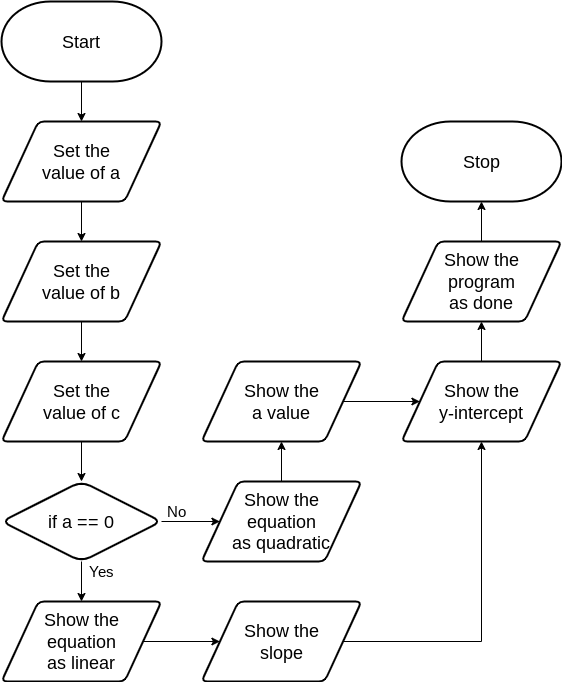
Above: design/flowchart.png in CristianoSellitto/ICS3U-Assignment3-Python (draw.io), before the change. Source tidied: cells renumbered, new cells last; positions are measured from the earlier drawing's top-left corner, leaving out a move shared by most shapes.
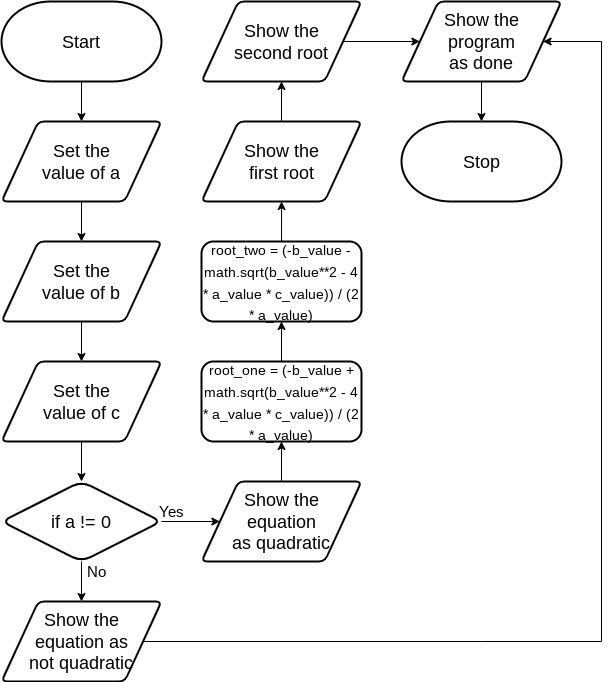
Above is the later version.

What changed in the source:
```diff
@@ -19,11 +19,11 @@
         <mxPoint x="80" y="240" as="targetPoint" />
       </mxGeometry>
     </mxCell>
-    <mxCell id="6" style="edgeStyle=none;html=1;entryX=0.5;entryY=1;entryDx=0;entryDy=0;entryPerimeter=0;fontFamily=Helvetica;fontSize=15;fontColor=default;" parent="1" edge="1" source="7" target="4">
+    <mxCell id="6" style="edgeStyle=none;html=1;entryX=0.5;entryY=0;entryDx=0;entryDy=0;entryPerimeter=0;fontSize=14;" parent="1" edge="1" source="7" target="4">
       <mxGeometry relative="1" as="geometry" />
     </mxCell>
     <mxCell id="7" value="Show the &lt;br&gt;program &lt;br&gt;as done" style="shape=parallelogram;html=1;strokeWidth=2;perimeter=parallelogramPerimeter;whiteSpace=wrap;rounded=1;arcSize=12;size=0.23;fontSize=18;" parent="1" vertex="1">
-      <mxGeometry x="400" y="240" width="160" height="80" as="geometry" />
+      <mxGeometry x="400" width="160" height="80" as="geometry" />
     </mxCell>
     <mxCell id="8" value="Set the &lt;br&gt;value of a" style="shape=parallelogram;html=1;strokeWidth=2;perimeter=parallelogramPerimeter;whiteSpace=wrap;rounded=1;arcSize=12;size=0.23;fontSize=18;" parent="1" vertex="1">
       <mxGeometry y="120" width="160" height="80" as="geometry" />
@@ -40,14 +40,14 @@
     <mxCell id="11" style="edgeStyle=none;html=1;fontSize=18;entryX=0.5;entryY=0;entryDx=0;entryDy=0;" parent="1" edge="1" source="12" target="19">
       <mxGeometry relative="1" as="geometry" />
     </mxCell>
-    <mxCell id="12" value="&lt;font style=&quot;font-size: 18px&quot;&gt;if a == 0&lt;/font&gt;" style="rhombus;whiteSpace=wrap;html=1;rounded=1;fontFamily=Helvetica;fontSize=11;fontColor=default;strokeColor=default;strokeWidth=2;fillColor=default;" parent="1" vertex="1">
+    <mxCell id="12" value="&lt;font style=&quot;font-size: 18px&quot;&gt;if a != 0&lt;/font&gt;" style="rhombus;whiteSpace=wrap;html=1;rounded=1;fontFamily=Helvetica;fontSize=11;fontColor=default;strokeColor=default;strokeWidth=2;fillColor=default;" parent="1" vertex="1">
       <mxGeometry y="480" width="160" height="80" as="geometry" />
     </mxCell>
     <mxCell id="13" value="&lt;font style=&quot;font-size: 15px&quot;&gt;Yes&lt;/font&gt;" style="text;html=1;align=center;verticalAlign=middle;strokeColor=none;fillColor=none;fontSize=8;fontFamily=Helvetica;fontColor=default;" parent="1" vertex="1">
-      <mxGeometry x="80" y="560" width="40" height="20" as="geometry" />
+      <mxGeometry x="150" y="500" width="40" height="20" as="geometry" />
     </mxCell>
     <mxCell id="14" value="No" style="text;html=1;align=center;verticalAlign=middle;strokeColor=none;fillColor=none;fontSize=15;fontFamily=Helvetica;fontColor=default;" parent="1" vertex="1">
-      <mxGeometry x="160" y="500" width="30" height="20" as="geometry" />
+      <mxGeometry x="80" y="560" width="30" height="20" as="geometry" />
     </mxCell>
     <mxCell id="15" value="Set the &lt;br&gt;value of b" style="shape=parallelogram;html=1;strokeWidth=2;perimeter=parallelogramPerimeter;whiteSpace=wrap;rounded=1;arcSize=12;size=0.23;fontSize=18;" parent="1" vertex="1">
       <mxGeometry y="240" width="160" height="80" as="geometry" />
@@ -58,39 +58,52 @@
     <mxCell id="17" value="Set the &lt;br&gt;value of c" style="shape=parallelogram;html=1;strokeWidth=2;perimeter=parallelogramPerimeter;whiteSpace=wrap;rounded=1;arcSize=12;size=0.23;fontSize=18;" parent="1" vertex="1">
       <mxGeometry y="360" width="160" height="80" as="geometry" />
     </mxCell>
-    <mxCell id="18" style="edgeStyle=none;html=1;fontSize=18;rounded=0;entryX=0;entryY=0.5;entryDx=0;entryDy=0;" parent="1" edge="1" source="19" target="23">
-      <mxGeometry relative="1" as="geometry" />
+    <mxCell id="18" style="edgeStyle=none;html=1;fontSize=18;rounded=0;entryX=1;entryY=0.5;entryDx=0;entryDy=0;" parent="1" edge="1" source="19" target="7">
+      <mxGeometry relative="1" as="geometry">
+        <Array as="points">
+          <mxPoint x="480" y="640" />
+          <mxPoint x="600" y="640" />
+          <mxPoint x="600" y="40" />
+        </Array>
+      </mxGeometry>
     </mxCell>
-    <mxCell id="19" value="&lt;span&gt;Show the &lt;br&gt;equation &lt;br&gt;as linear&lt;/span&gt;" style="shape=parallelogram;html=1;strokeWidth=2;perimeter=parallelogramPerimeter;whiteSpace=wrap;rounded=1;arcSize=12;size=0.23;fontSize=18;" parent="1" vertex="1">
+    <mxCell id="19" value="&lt;span&gt;Show the &lt;br&gt;equation as&lt;br&gt;not quadratic&lt;br&gt;&lt;/span&gt;" style="shape=parallelogram;html=1;strokeWidth=2;perimeter=parallelogramPerimeter;whiteSpace=wrap;rounded=1;arcSize=12;size=0.23;fontSize=18;" parent="1" vertex="1">
       <mxGeometry y="600" width="160" height="80" as="geometry" />
     </mxCell>
-    <mxCell id="20" style="edgeStyle=none;rounded=0;html=1;fontSize=14;" parent="1" edge="1" source="21" target="25">
-      <mxGeometry relative="1" as="geometry" />
+    <mxCell id="20" style="edgeStyle=none;rounded=0;html=1;fontSize=14;" parent="1" edge="1" source="21">
+      <mxGeometry relative="1" as="geometry">
+        <mxPoint x="280" y="440" as="targetPoint" />
+      </mxGeometry>
     </mxCell>
     <mxCell id="21" value="&lt;span&gt;Show the &lt;br&gt;equation &lt;br&gt;as quadratic&lt;/span&gt;" style="shape=parallelogram;html=1;strokeWidth=2;perimeter=parallelogramPerimeter;whiteSpace=wrap;rounded=1;arcSize=12;size=0.23;fontSize=18;" parent="1" vertex="1">
       <mxGeometry x="200" y="480" width="160" height="80" as="geometry" />
     </mxCell>
-    <mxCell id="22" style="edgeStyle=none;rounded=0;html=1;entryX=0.5;entryY=1;entryDx=0;entryDy=0;fontSize=14;" parent="1" edge="1" source="23" target="27">
-      <mxGeometry relative="1" as="geometry">
-        <Array as="points">
-          <mxPoint x="480" y="640" />
-        </Array>
-      </mxGeometry>
-    </mxCell>
-    <mxCell id="23" value="Show the &lt;br&gt;slope" style="shape=parallelogram;html=1;strokeWidth=2;perimeter=parallelogramPerimeter;whiteSpace=wrap;rounded=1;arcSize=12;size=0.23;fontSize=18;" parent="1" vertex="1">
-      <mxGeometry x="200" y="600" width="160" height="80" as="geometry" />
-    </mxCell>
-    <mxCell id="24" style="edgeStyle=none;rounded=0;html=1;entryX=0;entryY=0.5;entryDx=0;entryDy=0;fontSize=14;" parent="1" edge="1" source="25" target="27">
-      <mxGeometry relative="1" as="geometry" />
+    <mxCell id="24" style="edgeStyle=none;rounded=0;html=1;entryX=0.438;entryY=1;entryDx=0;entryDy=0;fontSize=14;entryPerimeter=0;" parent="1" edge="1">
+      <mxGeometry relative="1" as="geometry">
+        <mxPoint x="280" y="240" as="sourcePoint" />
+        <mxPoint x="280.1" y="200" as="targetPoint" />
+      </mxGeometry>
     </mxCell>
-    <mxCell id="25" value="Show the &lt;br&gt;a value" style="shape=parallelogram;html=1;strokeWidth=2;perimeter=parallelogramPerimeter;whiteSpace=wrap;rounded=1;arcSize=12;size=0.23;fontSize=18;" parent="1" vertex="1">
-      <mxGeometry x="200" y="360" width="160" height="80" as="geometry" />
-    </mxCell>
-    <mxCell id="26" style="edgeStyle=none;rounded=0;html=1;fontSize=14;" parent="1" edge="1" source="27" target="7">
-      <mxGeometry relative="1" as="geometry" />
-    </mxCell>
-    <mxCell id="27" value="Show the &lt;br&gt;y-intercept" style="shape=parallelogram;html=1;strokeWidth=2;perimeter=parallelogramPerimeter;whiteSpace=wrap;rounded=1;arcSize=12;size=0.23;fontSize=18;" parent="1" vertex="1">
-      <mxGeometry x="400" y="360" width="160" height="80" as="geometry" />
-    </mxCell>
+    <mxCell id="28" style="edgeStyle=none;html=1;entryX=0.5;entryY=1;entryDx=0;entryDy=0;fontSize=14;" parent="1" edge="1" source="29" target="30">
+      <mxGeometry relative="1" as="geometry" />
+    </mxCell>
+    <mxCell id="29" value="&lt;font style=&quot;font-size: 14px&quot;&gt;root_one = (-b_value + math.sqrt(b_value**2 - 4 * a_value * c_value)) / (2 * a_value)&lt;/font&gt;" style="rounded=1;whiteSpace=wrap;html=1;strokeWidth=2;fontSize=18;" parent="1" vertex="1">
+      <mxGeometry x="200" y="360" width="160" height="80" as="geometry" />
+    </mxCell>
+    <mxCell id="30" value="&lt;font style=&quot;font-size: 14px&quot;&gt;root_two = (-b_value - math.sqrt(b_value**2 - 4 * a_value * c_value)) / (2 * a_value)&lt;/font&gt;" style="rounded=1;whiteSpace=wrap;html=1;strokeWidth=2;fontSize=18;" parent="1" vertex="1">
+      <mxGeometry x="200" y="240" width="160" height="80" as="geometry" />
+    </mxCell>
+    <mxCell id="31" style="edgeStyle=none;html=1;entryX=0.5;entryY=1;entryDx=0;entryDy=0;fontSize=14;" parent="1" edge="1" source="32" target="34">
+      <mxGeometry relative="1" as="geometry" />
+    </mxCell>
+    <mxCell id="32" value="Show the &lt;br&gt;first root" style="shape=parallelogram;html=1;strokeWidth=2;perimeter=parallelogramPerimeter;whiteSpace=wrap;rounded=1;arcSize=12;size=0.23;fontSize=18;" parent="1" vertex="1">
+      <mxGeometry x="200" y="120" width="160" height="80" as="geometry" />
+    </mxCell>
+    <mxCell id="33" style="edgeStyle=none;html=1;entryX=0;entryY=0.5;entryDx=0;entryDy=0;fontSize=14;" parent="1" edge="1" source="34" target="7">
+      <mxGeometry relative="1" as="geometry" />
+    </mxCell>
+    <mxCell id="34" value="Show the &lt;br&gt;second root" style="shape=parallelogram;html=1;strokeWidth=2;perimeter=parallelogramPerimeter;whiteSpace=wrap;rounded=1;arcSize=12;size=0.23;fontSize=18;" parent="1" vertex="1">
+      <mxGeometry x="200" width="160" height="80" as="geometry" />
+    </mxCell>
   </root>
 </mxGraphModel>
```
